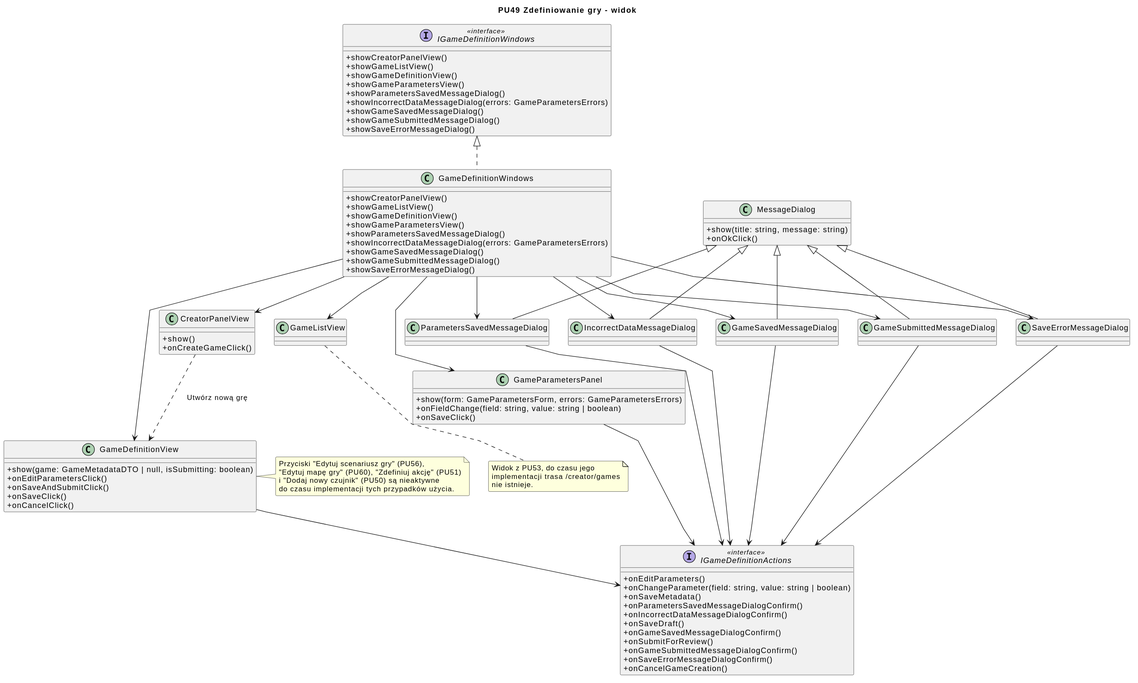
The PlantUML diagram diagrams/frontend/rendered/game-definition-view.svg in Igor-Ochocki/POP-2026Z, before a commit.
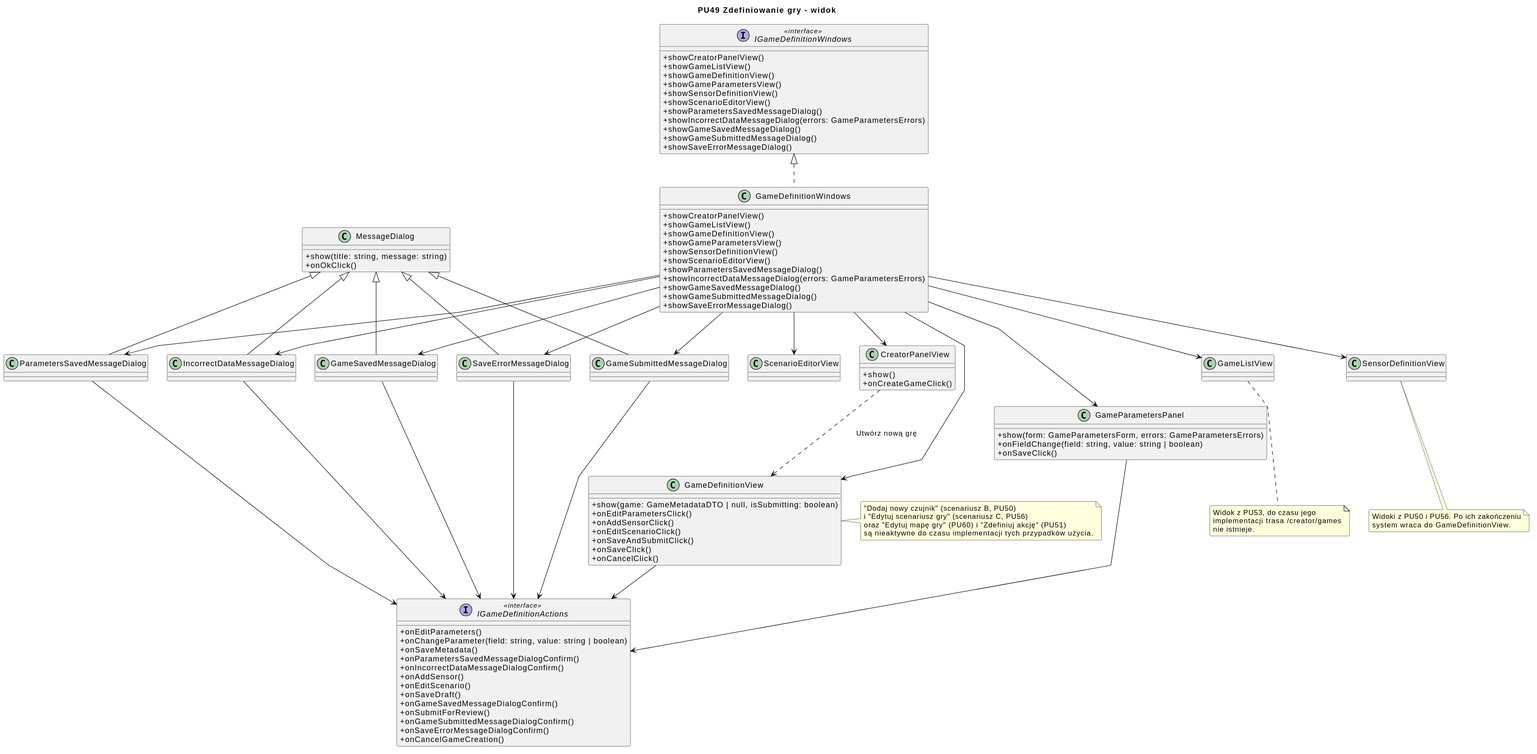
Above is the later version.

Commit message:
PU49/fe: diagramy - enum kategorii, scenariusze B i C

The edit, as a diff of the source:
```diff
@@ -13,10 +13,14 @@
 }
 
 class GameListView
+class SensorDefinitionView
+class ScenarioEditorView
 
 class GameDefinitionView {
     + show(game: GameMetadataDTO | null, isSubmitting: boolean)
     + onEditParametersClick()
+    + onAddSensorClick()
+    + onEditScenarioClick()
     + onSaveAndSubmitClick()
     + onSaveClick()
     + onCancelClick()
@@ -51,6 +55,8 @@
     + onSaveMetadata()
     + onParametersSavedMessageDialogConfirm()
     + onIncorrectDataMessageDialogConfirm()
+    + onAddSensor()
+    + onEditScenario()
     + onSaveDraft()
     + onGameSavedMessageDialogConfirm()
     + onSubmitForReview()
@@ -72,6 +78,8 @@
     + showGameListView()
     + showGameDefinitionView()
     + showGameParametersView()
+    + showSensorDefinitionView()
+    + showScenarioEditorView()
     + showParametersSavedMessageDialog()
     + showIncorrectDataMessageDialog(errors: GameParametersErrors)
     + showGameSavedMessageDialog()
@@ -84,6 +92,8 @@
     + showGameListView()
     + showGameDefinitionView()
     + showGameParametersView()
+    + showSensorDefinitionView()
+    + showScenarioEditorView()
     + showParametersSavedMessageDialog()
     + showIncorrectDataMessageDialog(errors: GameParametersErrors)
     + showGameSavedMessageDialog()
@@ -97,6 +107,8 @@
 GameDefinitionWindows --> GameListView
 GameDefinitionWindows --> GameDefinitionView
 GameDefinitionWindows --> GameParametersPanel
+GameDefinitionWindows --> SensorDefinitionView
+GameDefinitionWindows --> ScenarioEditorView
 GameDefinitionWindows --> ParametersSavedMessageDialog
 GameDefinitionWindows --> IncorrectDataMessageDialog
 GameDefinitionWindows --> GameSavedMessageDialog
@@ -112,9 +124,14 @@
 end note
 
 note right of GameDefinitionView
-    Przyciski "Edytuj scenariusz gry" (PU56),
-    "Edytuj mapę gry" (PU60), "Zdefiniuj akcję" (PU51)
-    i "Dodaj nowy czujnik" (PU50) są nieaktywne
-    do czasu implementacji tych przypadków użycia.
+    "Dodaj nowy czujnik" (scenariusz B, PU50)
+    i "Edytuj scenariusz gry" (scenariusz C, PU56)
+    oraz "Edytuj mapę gry" (PU60) i "Zdefiniuj akcję" (PU51)
+    są nieaktywne do czasu implementacji tych przypadków użycia.
+end note
+
+note bottom of SensorDefinitionView
+    Widoki z PU50 i PU56. Po ich zakończeniu
+    system wraca do GameDefinitionView.
 end note
 @enduml
```
